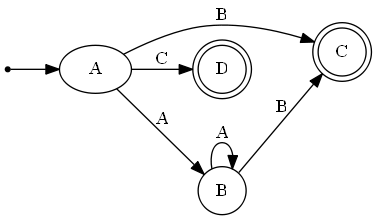
Earlier version of the Graphviz export View/Determinista.gv.png (FabianPalacios/Automatas). Its source is kept beside it as View/Determinista.gv.
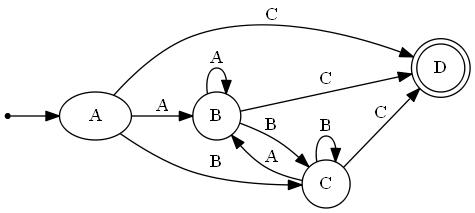
After the commit.

The edit, as a diff of the source:
```diff
@@ -2,8 +2,6 @@
 	rankdir=LR size="8,5"
 	ini [shape=point]
 	ini -> A
-	node [shape=doublecircle]
-	C
 	node [shape=doublecircle]
 	D
 	node [shape=circle]
@@ -12,4 +10,8 @@
 	A -> D [label=C]
 	B -> B [label=A]
 	B -> C [label=B]
+	B -> D [label=C]
+	C -> B [label=A]
+	C -> C [label=B]
+	C -> D [label=C]
 }
```
